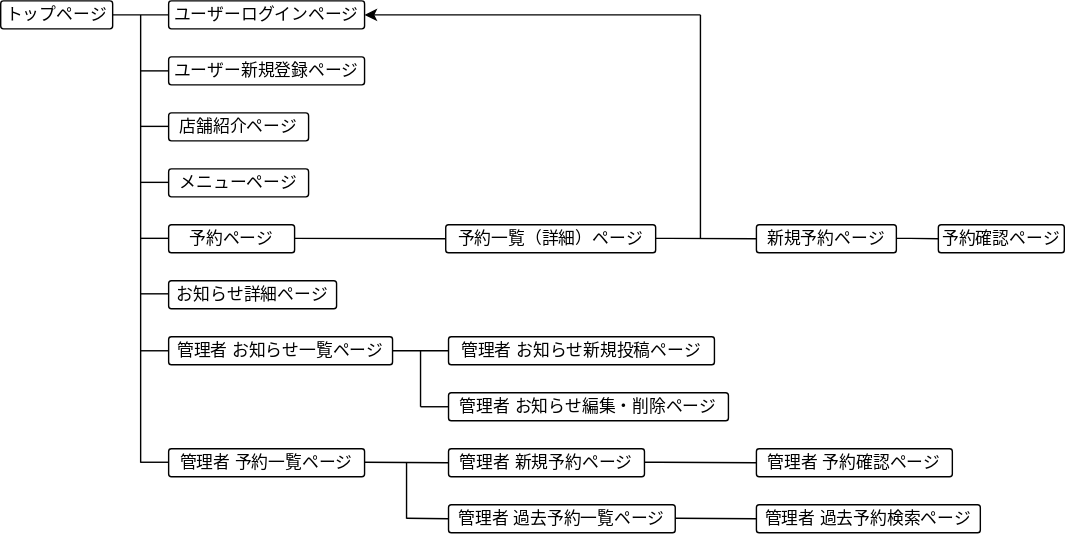
This is small-cafe-transition.drawio.svg from kenken-1275/small-cafe, a draw.io export, as it was before one commit. Source tidied: cells renumbered, new cells last; positions are measured from the earlier drawing's top-left corner, leaving out a move shared by most shapes.
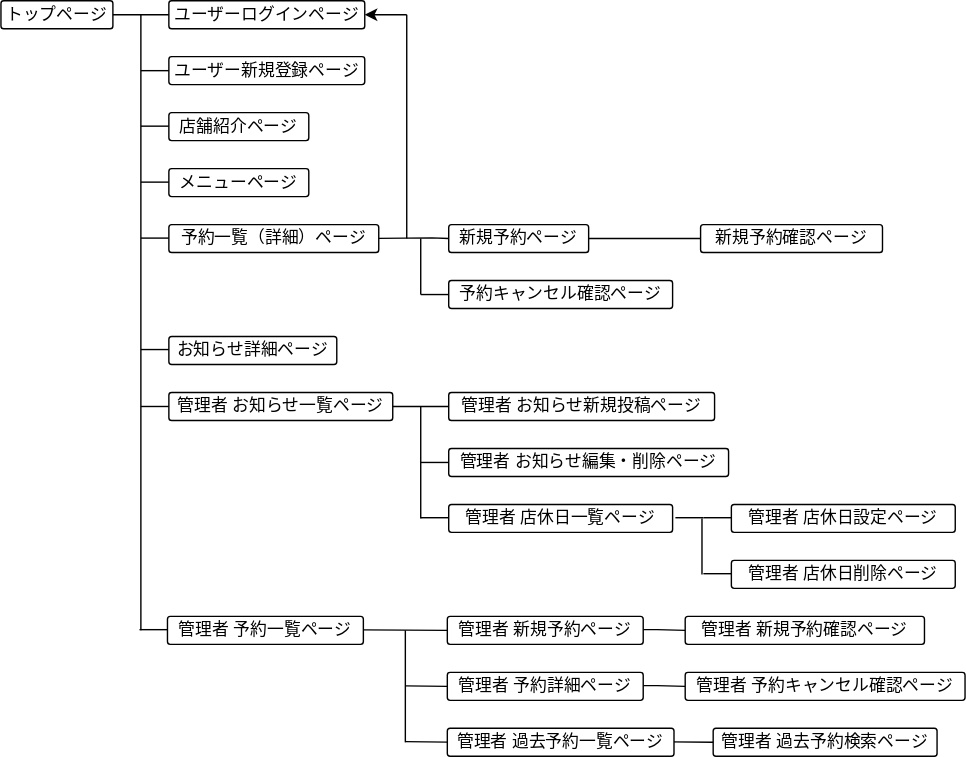
Later version of the same file.

What changed in the source:
```diff
@@ -14,20 +14,17 @@
     <mxCell id="5" value="店舗紹介ページ" style="rounded=1;arcSize=10;whiteSpace=wrap;html=1;align=center;" parent="1" vertex="1">
       <mxGeometry x="120" y="80" width="100" height="20" as="geometry" />
     </mxCell>
-    <mxCell id="6" value="予約ページ" style="rounded=1;arcSize=10;whiteSpace=wrap;html=1;align=center;" parent="1" vertex="1">
-      <mxGeometry x="120" y="160" width="90" height="20" as="geometry" />
-    </mxCell>
     <mxCell id="7" value="メニューページ" style="rounded=1;arcSize=10;whiteSpace=wrap;html=1;align=center;" parent="1" vertex="1">
       <mxGeometry x="120" y="120" width="100" height="20" as="geometry" />
     </mxCell>
     <mxCell id="8" value="お知らせ詳細ページ" style="rounded=1;arcSize=10;whiteSpace=wrap;html=1;align=center;" parent="1" vertex="1">
-      <mxGeometry x="120" y="200" width="120" height="20" as="geometry" />
+      <mxGeometry x="120" y="240" width="120" height="20" as="geometry" />
     </mxCell>
     <mxCell id="9" value="予約一覧（詳細）ページ" style="rounded=1;arcSize=10;whiteSpace=wrap;html=1;align=center;" parent="1" vertex="1">
-      <mxGeometry x="318" y="160" width="150" height="20" as="geometry" />
+      <mxGeometry x="120" y="160" width="150" height="20" as="geometry" />
     </mxCell>
     <mxCell id="10" value="新規予約ページ" style="rounded=1;arcSize=10;whiteSpace=wrap;html=1;align=center;" parent="1" vertex="1">
-      <mxGeometry x="540" y="160" width="100" height="20" as="geometry" />
+      <mxGeometry x="320" y="160" width="100" height="20" as="geometry" />
     </mxCell>
     <mxCell id="11" style="endArrow=none;html=1;rounded=0;exitX=1;exitY=0.5;exitDx=0;exitDy=0;entryX=0;entryY=0.5;entryDx=0;entryDy=0;" parent="1" edge="1" source="2" target="3">
       <mxGeometry relative="1" as="geometry" />
@@ -35,7 +32,7 @@
     <mxCell id="12" style="endArrow=none;html=1;rounded=0;" parent="1" edge="1">
       <mxGeometry relative="1" as="geometry">
         <mxPoint x="100" y="10" as="sourcePoint" />
-        <mxPoint x="100" y="330" as="targetPoint" />
+        <mxPoint x="100" y="450" as="targetPoint" />
         <Array as="points">
           <mxPoint x="100" y="60" />
           <mxPoint x="100" y="40" />
@@ -48,19 +45,19 @@
       </mxGeometry>
     </mxCell>
     <mxCell id="14" value="管理者 お知らせ新規投稿ページ" style="rounded=1;arcSize=10;whiteSpace=wrap;html=1;align=center;" parent="1" vertex="1">
-      <mxGeometry x="320" y="240" width="190" height="20" as="geometry" />
+      <mxGeometry x="320" y="280" width="190" height="20" as="geometry" />
     </mxCell>
     <mxCell id="15" value="管理者 お知らせ編集・削除ページ" style="rounded=1;arcSize=10;whiteSpace=wrap;html=1;align=center;" parent="1" vertex="1">
-      <mxGeometry x="320" y="280" width="200" height="20" as="geometry" />
+      <mxGeometry x="320" y="320" width="200" height="20" as="geometry" />
     </mxCell>
     <mxCell id="16" value="管理者 予約一覧ページ" style="rounded=1;arcSize=10;whiteSpace=wrap;html=1;align=center;" parent="1" vertex="1">
-      <mxGeometry x="120" y="320" width="140" height="20" as="geometry" />
+      <mxGeometry x="119" y="440" width="140" height="20" as="geometry" />
     </mxCell>
     <mxCell id="17" value="管理者 お知らせ一覧ページ" style="rounded=1;arcSize=10;whiteSpace=wrap;html=1;align=center;" parent="1" vertex="1">
-      <mxGeometry x="120" y="240" width="160" height="20" as="geometry" />
+      <mxGeometry x="120" y="280" width="160" height="20" as="geometry" />
     </mxCell>
-    <mxCell id="18" value="予約確認ページ" style="rounded=1;arcSize=10;whiteSpace=wrap;html=1;align=center;" parent="1" vertex="1">
-      <mxGeometry x="670" y="160" width="90" height="20" as="geometry" />
+    <mxCell id="18" value="新規予約確認ページ" style="rounded=1;arcSize=10;whiteSpace=wrap;html=1;align=center;" parent="1" vertex="1">
+      <mxGeometry x="500" y="160" width="130" height="20" as="geometry" />
     </mxCell>
     <mxCell id="19" style="endArrow=none;html=1;rounded=0;entryX=0;entryY=0.5;entryDx=0;entryDy=0;" parent="1" edge="1">
       <mxGeometry relative="1" as="geometry">
@@ -76,8 +73,8 @@
     </mxCell>
     <mxCell id="21" style="endArrow=none;html=1;rounded=0;entryX=0;entryY=0.5;entryDx=0;entryDy=0;" parent="1" edge="1">
       <mxGeometry relative="1" as="geometry">
-        <mxPoint x="100" y="209.3" as="sourcePoint" />
-        <mxPoint x="120" y="209.3" as="targetPoint" />
+        <mxPoint x="100" y="249.3" as="sourcePoint" />
+        <mxPoint x="120" y="249.3" as="targetPoint" />
       </mxGeometry>
     </mxCell>
     <mxCell id="22" style="endArrow=none;html=1;rounded=0;entryX=0;entryY=0.5;entryDx=0;entryDy=0;" parent="1" edge="1">
@@ -89,104 +86,169 @@
         </Array>
       </mxGeometry>
     </mxCell>
-    <mxCell id="23" style="endArrow=none;html=1;rounded=0;entryX=0;entryY=0.5;entryDx=0;entryDy=0;" parent="1" edge="1" target="9">
-      <mxGeometry relative="1" as="geometry">
-        <mxPoint x="210" y="169.7" as="sourcePoint" />
-      </mxGeometry>
-    </mxCell>
     <mxCell id="24" style="endArrow=none;html=1;rounded=0;" parent="1" edge="1">
       <mxGeometry relative="1" as="geometry">
-        <mxPoint x="500" y="10" as="sourcePoint" />
-        <mxPoint x="500" y="170" as="targetPoint" />
+        <mxPoint x="290" y="10" as="sourcePoint" />
+        <mxPoint x="290" y="170" as="targetPoint" />
       </mxGeometry>
     </mxCell>
     <mxCell id="25" style="endArrow=none;html=1;rounded=0;startArrow=classic;startFill=1;exitX=1;exitY=0.5;exitDx=0;exitDy=0;" parent="1" edge="1" source="3">
       <mxGeometry relative="1" as="geometry">
-        <mxPoint x="500" y="10" as="targetPoint" />
+        <mxPoint x="290" y="10" as="targetPoint" />
       </mxGeometry>
     </mxCell>
     <mxCell id="26" style="endArrow=none;html=1;rounded=0;entryX=0;entryY=0.5;entryDx=0;entryDy=0;" parent="1" edge="1" target="17">
       <mxGeometry relative="1" as="geometry">
-        <mxPoint x="100" y="250" as="sourcePoint" />
+        <mxPoint x="100" y="290" as="sourcePoint" />
       </mxGeometry>
     </mxCell>
     <mxCell id="27" style="endArrow=none;html=1;rounded=0;entryX=0;entryY=0.5;entryDx=0;entryDy=0;" parent="1" edge="1">
       <mxGeometry relative="1" as="geometry">
-        <mxPoint x="100" y="329.7" as="sourcePoint" />
-        <mxPoint x="120" y="329.7" as="targetPoint" />
+        <mxPoint x="99" y="449.5" as="sourcePoint" />
+        <mxPoint x="119" y="449.5" as="targetPoint" />
       </mxGeometry>
     </mxCell>
     <mxCell id="28" style="endArrow=none;html=1;rounded=0;entryX=0;entryY=0.5;entryDx=0;entryDy=0;" parent="1" edge="1" target="15">
       <mxGeometry relative="1" as="geometry">
-        <mxPoint x="300" y="290" as="sourcePoint" />
+        <mxPoint x="300" y="330" as="sourcePoint" />
       </mxGeometry>
     </mxCell>
     <mxCell id="29" style="endArrow=none;html=1;rounded=0;" parent="1" edge="1">
       <mxGeometry relative="1" as="geometry">
-        <mxPoint x="300" y="250" as="sourcePoint" />
-        <mxPoint x="300" y="290" as="targetPoint" />
+        <mxPoint x="300" y="290" as="sourcePoint" />
+        <mxPoint x="300" y="370" as="targetPoint" />
       </mxGeometry>
     </mxCell>
     <mxCell id="30" style="endArrow=none;html=1;rounded=0;entryX=0;entryY=0.5;entryDx=0;entryDy=0;exitX=1;exitY=0.5;exitDx=0;exitDy=0;" parent="1" edge="1" source="17" target="14">
       <mxGeometry relative="1" as="geometry" />
     </mxCell>
     <mxCell id="31" value="管理者 新規予約ページ" style="rounded=1;arcSize=10;whiteSpace=wrap;html=1;align=center;" parent="1" vertex="1">
-      <mxGeometry x="320" y="320" width="140" height="20" as="geometry" />
+      <mxGeometry x="319" y="440" width="140" height="20" as="geometry" />
     </mxCell>
-    <mxCell id="32" style="endArrow=none;html=1;rounded=0;entryX=0;entryY=0.5;entryDx=0;entryDy=0;" parent="1" edge="1" target="10">
+    <mxCell id="32" style="endArrow=none;html=1;rounded=0;exitX=0;exitY=0.5;exitDx=0;exitDy=0;" parent="1" edge="1" source="10">
       <mxGeometry relative="1" as="geometry">
-        <mxPoint x="468" y="169.7" as="sourcePoint" />
+        <mxPoint x="270" y="169.8" as="targetPoint" />
         <Array as="points">
-          <mxPoint x="478" y="169.7" />
+          <mxPoint x="308" y="169.5" />
         </Array>
       </mxGeometry>
     </mxCell>
-    <mxCell id="33" style="endArrow=none;html=1;rounded=0;" parent="1" edge="1">
-      <mxGeometry relative="1" as="geometry">
-        <mxPoint x="640" y="169.7" as="sourcePoint" />
-        <mxPoint x="670" y="170" as="targetPoint" />
-        <Array as="points">
-          <mxPoint x="650" y="169.7" />
-        </Array>
-      </mxGeometry>
-    </mxCell>
     <mxCell id="34" style="endArrow=none;html=1;rounded=0;entryX=0;entryY=0.5;entryDx=0;entryDy=0;exitX=1;exitY=0.5;exitDx=0;exitDy=0;" parent="1" edge="1" target="31">
       <mxGeometry relative="1" as="geometry">
-        <mxPoint x="260" y="329.7" as="sourcePoint" />
+        <mxPoint x="259" y="449.7" as="sourcePoint" />
       </mxGeometry>
     </mxCell>
-    <mxCell id="35" value="管理者 予約確認ページ" style="rounded=1;arcSize=10;whiteSpace=wrap;html=1;align=center;" parent="1" vertex="1">
-      <mxGeometry x="540" y="320" width="140" height="20" as="geometry" />
+    <mxCell id="35" value="管理者 新規予約確認ページ" style="rounded=1;arcSize=10;whiteSpace=wrap;html=1;align=center;" parent="1" vertex="1">
+      <mxGeometry x="489" y="440" width="171" height="20" as="geometry" />
     </mxCell>
-    <mxCell id="36" value="管理者 過去予約一覧ページ" style="rounded=1;arcSize=10;whiteSpace=wrap;html=1;align=center;" parent="1" vertex="1">
-      <mxGeometry x="320" y="360" width="162" height="20" as="geometry" />
+    <mxCell id="36" value="管理者 予約詳細ページ" style="rounded=1;arcSize=10;whiteSpace=wrap;html=1;align=center;" parent="1" vertex="1">
+      <mxGeometry x="319" y="480" width="140" height="20" as="geometry" />
     </mxCell>
     <mxCell id="37" style="endArrow=none;html=1;rounded=0;" parent="1" edge="1">
       <mxGeometry relative="1" as="geometry">
-        <mxPoint x="290" y="330" as="sourcePoint" />
-        <mxPoint x="290" y="370" as="targetPoint" />
+        <mxPoint x="289" y="450" as="sourcePoint" />
+        <mxPoint x="289" y="530" as="targetPoint" />
       </mxGeometry>
     </mxCell>
     <mxCell id="38" style="endArrow=none;html=1;rounded=0;entryX=0;entryY=0.5;entryDx=0;entryDy=0;" parent="1" edge="1" target="36">
       <mxGeometry relative="1" as="geometry">
-        <mxPoint x="290" y="369.7" as="sourcePoint" />
+        <mxPoint x="289" y="489.7" as="sourcePoint" />
       </mxGeometry>
     </mxCell>
     <mxCell id="39" value="管理者 過去予約検索ページ" style="rounded=1;arcSize=10;whiteSpace=wrap;html=1;align=center;" parent="1" vertex="1">
-      <mxGeometry x="540" y="360" width="160" height="20" as="geometry" />
+      <mxGeometry x="509" y="520" width="160" height="20" as="geometry" />
     </mxCell>
-    <mxCell id="40" style="endArrow=none;html=1;rounded=0;entryX=0;entryY=0.5;entryDx=0;entryDy=0;" parent="1" edge="1" target="35">
-      <mxGeometry relative="1" as="geometry">
-        <mxPoint x="460" y="329.7" as="sourcePoint" />
-        <Array as="points">
-          <mxPoint x="470" y="329.7" />
-        </Array>
-      </mxGeometry>
-    </mxCell>
-    <mxCell id="41" style="endArrow=none;html=1;rounded=0;entryX=0;entryY=0.5;entryDx=0;entryDy=0;" parent="1" edge="1" target="39">
+    <mxCell id="41" style="endArrow=none;html=1;rounded=0;" parent="1" edge="1">
       <mxGeometry relative="1" as="geometry">
-        <mxPoint x="482" y="369.7" as="sourcePoint" />
+        <mxPoint x="479" y="529.7" as="sourcePoint" />
+        <mxPoint x="509" y="530" as="targetPoint" />
       </mxGeometry>
     </mxCell>
+    <mxCell id="42" value="管理者 店休日一覧ページ" style="rounded=1;arcSize=10;whiteSpace=wrap;html=1;align=center;" parent="1" vertex="1">
+      <mxGeometry x="320" y="360" width="160" height="20" as="geometry" />
+    </mxCell>
+    <mxCell id="43" style="endArrow=none;html=1;rounded=0;entryX=0;entryY=0.5;entryDx=0;entryDy=0;" parent="1" edge="1">
+      <mxGeometry relative="1" as="geometry">
+        <mxPoint x="300" y="369.5" as="sourcePoint" />
+        <mxPoint x="320" y="369.5" as="targetPoint" />
+      </mxGeometry>
+    </mxCell>
+    <mxCell id="44" style="endArrow=none;html=1;rounded=0;entryX=0;entryY=0.5;entryDx=0;entryDy=0;" parent="1" edge="1">
+      <mxGeometry relative="1" as="geometry">
+        <mxPoint x="482" y="369.5" as="sourcePoint" />
+        <mxPoint x="502" y="369.5" as="targetPoint" />
+      </mxGeometry>
+    </mxCell>
+    <mxCell id="45" style="endArrow=none;html=1;rounded=0;" parent="1" edge="1">
+      <mxGeometry relative="1" as="geometry">
+        <mxPoint x="501" y="370" as="sourcePoint" />
+        <mxPoint x="501" y="410" as="targetPoint" />
+      </mxGeometry>
+    </mxCell>
+    <mxCell id="46" style="endArrow=none;html=1;rounded=0;entryX=0;entryY=0.5;entryDx=0;entryDy=0;" parent="1" edge="1">
+      <mxGeometry relative="1" as="geometry">
+        <mxPoint x="502" y="369.5" as="sourcePoint" />
+        <mxPoint x="522" y="369.5" as="targetPoint" />
+      </mxGeometry>
+    </mxCell>
+    <mxCell id="47" value="管理者 店休日設定ページ" style="rounded=1;arcSize=10;whiteSpace=wrap;html=1;align=center;" parent="1" vertex="1">
+      <mxGeometry x="522" y="360" width="160" height="20" as="geometry" />
+    </mxCell>
+    <mxCell id="48" value="管理者 店休日削除ページ" style="rounded=1;arcSize=10;whiteSpace=wrap;html=1;align=center;" parent="1" vertex="1">
+      <mxGeometry x="522" y="400" width="160" height="20" as="geometry" />
+    </mxCell>
+    <mxCell id="49" style="endArrow=none;html=1;rounded=0;entryX=0;entryY=0.5;entryDx=0;entryDy=0;" parent="1" edge="1">
+      <mxGeometry relative="1" as="geometry">
+        <mxPoint x="502" y="409.5" as="sourcePoint" />
+        <mxPoint x="522" y="409.5" as="targetPoint" />
+      </mxGeometry>
+    </mxCell>
+    <mxCell id="50" style="endArrow=none;html=1;rounded=0;entryX=0;entryY=0.5;entryDx=0;entryDy=0;" parent="1" edge="1">
+      <mxGeometry relative="1" as="geometry">
+        <mxPoint x="289" y="529.5" as="sourcePoint" />
+        <mxPoint x="319" y="529.8" as="targetPoint" />
+      </mxGeometry>
+    </mxCell>
+    <mxCell id="51" value="管理者 過去予約一覧ページ" style="rounded=1;arcSize=10;whiteSpace=wrap;html=1;align=center;" parent="1" vertex="1">
+      <mxGeometry x="319" y="520" width="162" height="20" as="geometry" />
+    </mxCell>
+    <mxCell id="52" style="endArrow=none;html=1;rounded=0;" parent="1" edge="1">
+      <mxGeometry relative="1" as="geometry">
+        <mxPoint x="459" y="489.5" as="sourcePoint" />
+        <mxPoint x="489" y="490" as="targetPoint" />
+        <Array as="points">
+          <mxPoint x="469" y="489.5" />
+        </Array>
+      </mxGeometry>
+    </mxCell>
+    <mxCell id="53" value="管理者 予約キャンセル確認ページ" style="rounded=1;arcSize=10;whiteSpace=wrap;html=1;align=center;" parent="1" vertex="1">
+      <mxGeometry x="489" y="480" width="200" height="20" as="geometry" />
+    </mxCell>
+    <mxCell id="54" style="endArrow=none;html=1;rounded=0;" parent="1" edge="1">
+      <mxGeometry relative="1" as="geometry">
+        <mxPoint x="459" y="449.5" as="sourcePoint" />
+        <mxPoint x="489" y="450" as="targetPoint" />
+        <Array as="points">
+          <mxPoint x="469" y="449.5" />
+        </Array>
+      </mxGeometry>
+    </mxCell>
+    <mxCell id="55" style="endArrow=none;html=1;rounded=0;entryX=0;entryY=0.5;entryDx=0;entryDy=0;exitX=1;exitY=0.5;exitDx=0;exitDy=0;" parent="1" edge="1" source="10" target="18">
+      <mxGeometry relative="1" as="geometry" />
+    </mxCell>
+    <mxCell id="56" style="endArrow=none;html=1;rounded=0;" parent="1" edge="1">
+      <mxGeometry relative="1" as="geometry">
+        <mxPoint x="300" y="170" as="sourcePoint" />
+        <mxPoint x="300" y="210" as="targetPoint" />
+      </mxGeometry>
+    </mxCell>
+    <mxCell id="57" style="endArrow=none;html=1;rounded=0;entryX=0;entryY=0.5;entryDx=0;entryDy=0;" parent="1" edge="1" target="58">
+      <mxGeometry relative="1" as="geometry">
+        <mxPoint x="300" y="210" as="sourcePoint" />
+      </mxGeometry>
+    </mxCell>
+    <mxCell id="58" value="予約キャンセル確認ページ" style="rounded=1;arcSize=10;whiteSpace=wrap;html=1;align=center;" parent="1" vertex="1">
+      <mxGeometry x="320" y="200" width="160" height="20" as="geometry" />
+    </mxCell>
   </root>
 </mxGraphModel>
```
